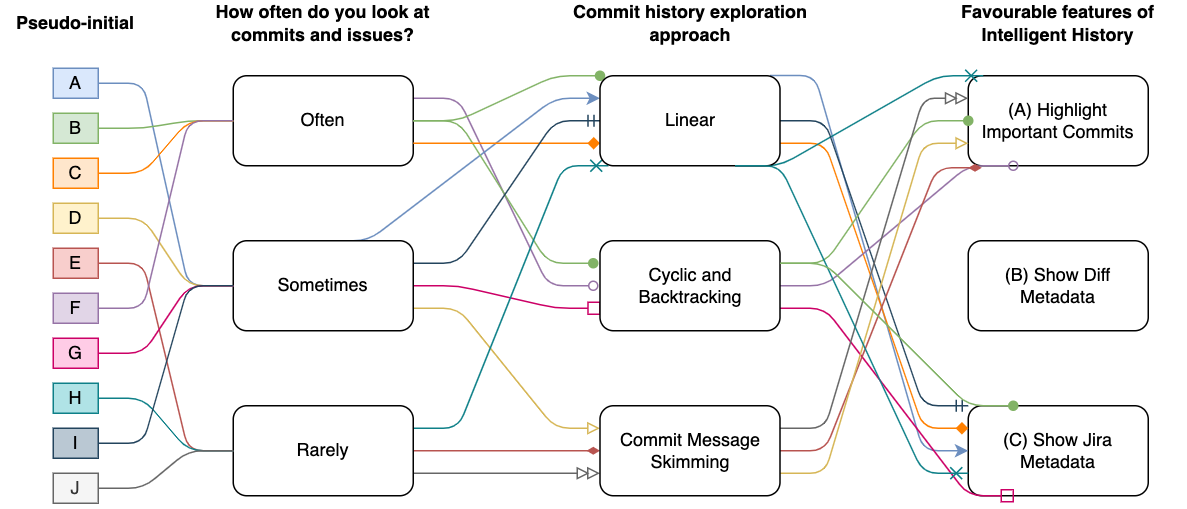
Above: images/flow-chart-ind.png in alison-li/ubcthesis (draw.io), before the change. Source tidied: cells renumbered, new cells last; positions are measured from the earlier drawing's top-left corner, leaving out a move shared by most shapes.
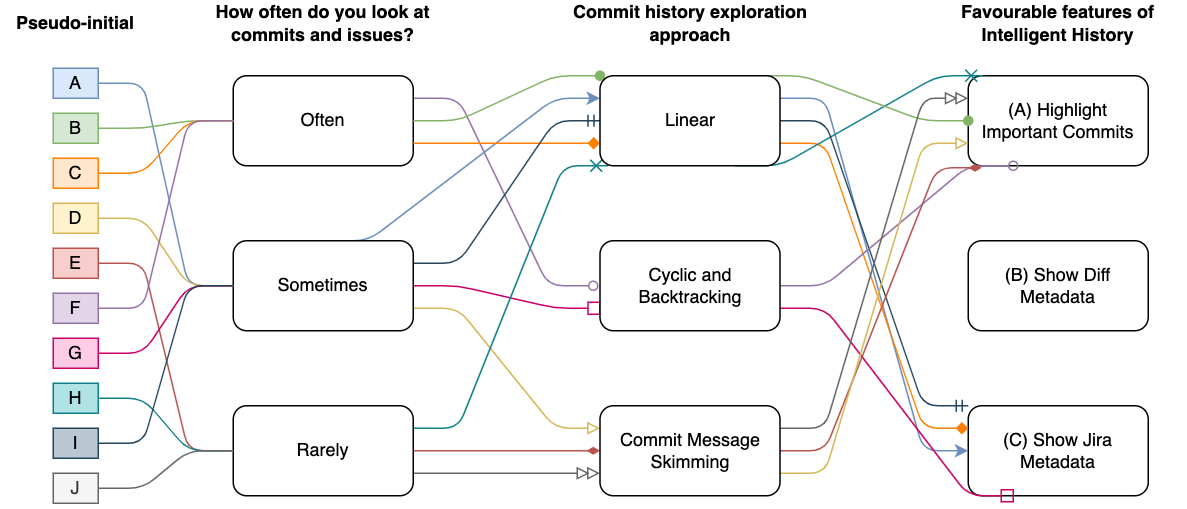
After the change.

Diff of the diagram source:
```diff
@@ -22,13 +22,8 @@
     <mxCell id="7" style="edgeStyle=entityRelationEdgeStyle;jettySize=auto;html=1;exitX=0.5;exitY=0;exitDx=0;exitDy=0;entryX=0;entryY=0.25;entryDx=0;entryDy=0;strokeWidth=1;fillColor=#dae8fc;strokeColor=#6c8ebf;" parent="1" edge="1" source="14" target="24">
       <mxGeometry relative="1" as="geometry" />
     </mxCell>
-    <mxCell id="8" style="edgeStyle=entityRelationEdgeStyle;jettySize=auto;html=1;exitX=1;exitY=0.5;exitDx=0;exitDy=0;strokeWidth=1;fillColor=#d5e8d4;strokeColor=#82b366;entryX=0;entryY=0;entryDx=0;entryDy=0;endArrow=oval;endFill=1;" parent="1" edge="1" source="6" target="24">
-      <mxGeometry relative="1" as="geometry" />
-    </mxCell>
-    <mxCell id="9" style="edgeStyle=entityRelationEdgeStyle;jettySize=auto;html=1;exitX=1;exitY=0.5;exitDx=0;exitDy=0;strokeWidth=1;fillColor=#d5e8d4;strokeColor=#82b366;endArrow=oval;endFill=1;" parent="1" edge="1" source="6">
-      <mxGeometry relative="1" as="geometry">
-        <mxPoint x="395" y="175" as="targetPoint" />
-      </mxGeometry>
+    <mxCell id="9" style="edgeStyle=entityRelationEdgeStyle;jettySize=auto;html=1;exitX=1;exitY=0.5;exitDx=0;exitDy=0;strokeWidth=1;fillColor=#d5e8d4;strokeColor=#82b366;endArrow=oval;endFill=1;entryX=0;entryY=0;entryDx=0;entryDy=0;" parent="1" edge="1" source="6" target="24">
+      <mxGeometry relative="1" as="geometry" />
     </mxCell>
     <mxCell id="10" style="edgeStyle=entityRelationEdgeStyle;jettySize=auto;html=1;exitX=1;exitY=0.75;exitDx=0;exitDy=0;strokeWidth=1;fillColor=#ffe6cc;strokeColor=#FF8000;entryX=0;entryY=0.75;entryDx=0;entryDy=0;endArrow=diamond;endFill=1;" parent="1" edge="1" source="6" target="24">
       <mxGeometry relative="1" as="geometry" />
@@ -59,7 +54,7 @@
     <mxCell id="18" value="Rarely" style="rounded=1;whiteSpace=wrap;html=1;" parent="1" vertex="1">
       <mxGeometry x="155" y="270" width="120" height="60" as="geometry" />
     </mxCell>
-    <mxCell id="19" style="edgeStyle=entityRelationEdgeStyle;jettySize=auto;html=1;strokeWidth=1;fillColor=#dae8fc;strokeColor=#6c8ebf;exitX=0.944;exitY=-0.003;exitDx=0;exitDy=0;exitPerimeter=0;entryX=0;entryY=0.5;entryDx=0;entryDy=0;" parent="1" edge="1" source="24" target="4">
+    <mxCell id="19" style="edgeStyle=entityRelationEdgeStyle;jettySize=auto;html=1;strokeWidth=1;fillColor=#dae8fc;strokeColor=#6c8ebf;exitX=1;exitY=0.25;exitDx=0;exitDy=0;entryX=0;entryY=0.5;entryDx=0;entryDy=0;" parent="1" edge="1" source="24" target="4">
       <mxGeometry relative="1" as="geometry" />
     </mxCell>
     <mxCell id="20" style="edgeStyle=entityRelationEdgeStyle;jettySize=auto;html=1;entryX=0;entryY=0.25;entryDx=0;entryDy=0;strokeWidth=1;fillColor=#ffe6cc;strokeColor=#FF8000;exitX=1;exitY=0.75;exitDx=0;exitDy=0;endArrow=diamond;endFill=1;" parent="1" edge="1" source="24" target="4">
@@ -71,7 +66,7 @@
     <mxCell id="22" style="edgeStyle=entityRelationEdgeStyle;jettySize=auto;html=1;entryX=0;entryY=0;entryDx=0;entryDy=0;strokeColor=#23445d;strokeWidth=1;fillColor=#bac8d3;exitX=1;exitY=0.5;exitDx=0;exitDy=0;endArrow=ERmandOne;endFill=0;" parent="1" edge="1" source="24" target="4">
       <mxGeometry relative="1" as="geometry" />
     </mxCell>
-    <mxCell id="23" style="edgeStyle=entityRelationEdgeStyle;jettySize=auto;html=1;exitX=1;exitY=0.25;exitDx=0;exitDy=0;entryX=0;entryY=0.5;entryDx=0;entryDy=0;endArrow=oval;endFill=1;strokeColor=#82b366;strokeWidth=1;fillColor=#d5e8d4;" parent="1" edge="1" source="27" target="2">
+    <mxCell id="23" style="edgeStyle=entityRelationEdgeStyle;jettySize=auto;html=1;exitX=0.879;exitY=0;exitDx=0;exitDy=0;entryX=0;entryY=0.5;entryDx=0;entryDy=0;endArrow=oval;endFill=1;strokeColor=#82b366;strokeWidth=1;fillColor=#d5e8d4;exitPerimeter=0;" parent="1" edge="1" source="24" target="2">
       <mxGeometry relative="1" as="geometry" />
     </mxCell>
     <mxCell id="24" value="Linear" style="rounded=1;whiteSpace=wrap;html=1;" parent="1" vertex="1">
@@ -166,9 +161,6 @@
     <mxCell id="53" value="I" style="rounded=0;whiteSpace=wrap;html=1;strokeWidth=1;fillColor=#bac8d3;strokeColor=#23445d;" parent="1" vertex="1">
       <mxGeometry x="35" y="285" width="30" height="20" as="geometry" />
     </mxCell>
-    <mxCell id="54" style="edgeStyle=entityRelationEdgeStyle;jettySize=auto;html=1;exitX=0.75;exitY=1;exitDx=0;exitDy=0;entryX=0;entryY=0.75;entryDx=0;entryDy=0;strokeColor=#0e8088;strokeWidth=1;fillColor=#b0e3e6;endArrow=cross;endFill=0;" parent="1" edge="1" source="24" target="4">
-      <mxGeometry relative="1" as="geometry" />
-    </mxCell>
     <mxCell id="55" style="edgeStyle=entityRelationEdgeStyle;jettySize=auto;html=1;exitX=1;exitY=0.5;exitDx=0;exitDy=0;strokeColor=#666666;strokeWidth=1;fillColor=#f5f5f5;endArrow=none;endFill=0;" parent="1" edge="1" source="56">
       <mxGeometry relative="1" as="geometry">
         <mxPoint x="155" y="300" as="targetPoint" />
@@ -177,8 +169,5 @@
     <mxCell id="56" value="J" style="rounded=0;whiteSpace=wrap;html=1;strokeWidth=1;fillColor=#f5f5f5;strokeColor=#666666;fontColor=#333333;" parent="1" vertex="1">
       <mxGeometry x="35" y="315" width="30" height="20" as="geometry" />
     </mxCell>
-    <mxCell id="57" style="edgeStyle=entityRelationEdgeStyle;jettySize=auto;html=1;endArrow=oval;endFill=1;strokeColor=#82b366;strokeWidth=1;fillColor=#d5e8d4;entryX=0.25;entryY=0;entryDx=0;entryDy=0;exitX=1;exitY=0.25;exitDx=0;exitDy=0;fontStyle=1;" parent="1" edge="1" source="27" target="4">
-      <mxGeometry relative="1" as="geometry" />
-    </mxCell>
   </root>
 </mxGraphModel>
```
